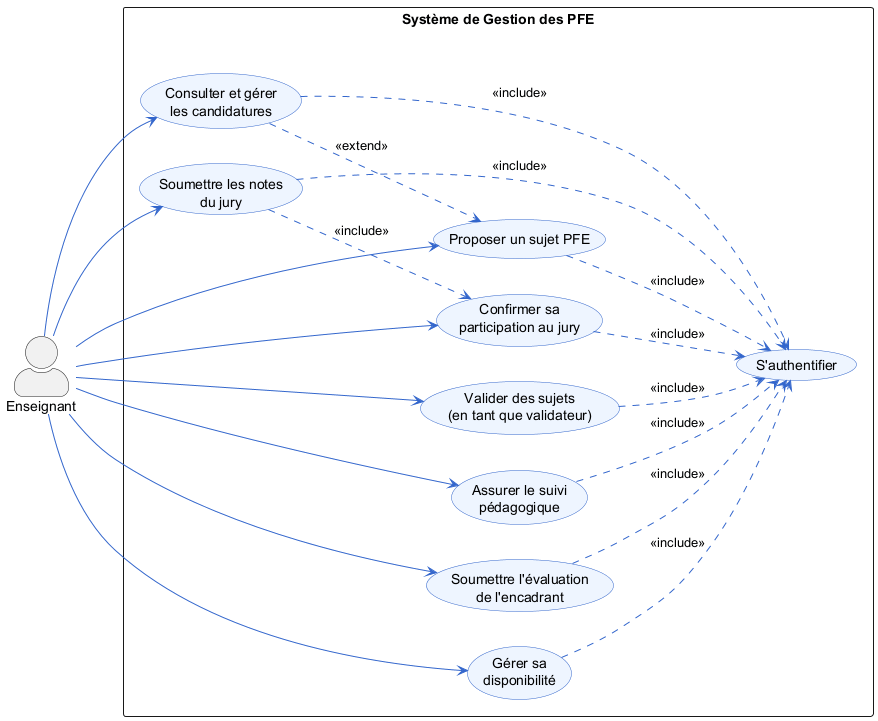
The PlantUML diagram diagrams/uc-enseignant.png in rhpo/pfe-enhanced, before a commit. Source of this version:
```plantuml
@startuml
left to right direction
skinparam actorStyle awesome
skinparam packageStyle rectangle
skinparam usecase {
  BackgroundColor #EEF5FF
  BorderColor #3366CC
  ArrowColor #3366CC
}

actor "Enseignant" as T

rectangle "Système de Gestion des PFE" {
  usecase "S'authentifier" as AUTH
  usecase "Proposer un sujet PFE" as UC1
  usecase "Valider des sujets\n(en tant que validateur)" as UC2
  usecase "Consulter et gérer\nles candidatures" as UC3
  usecase "Assurer le suivi\npédagogique" as UC4
  usecase "Soumettre l'évaluation\nde l'encadrant" as UC5
  usecase "Confirmer sa\nparticipation au jury" as UC6
  usecase "Soumettre les notes\ndu jury" as UC7
  usecase "Gérer sa\ndisponibilité" as UC8
}

T --> UC1
T --> UC2
T --> UC3
T --> UC4
T --> UC5
T --> UC6
T --> UC7
T --> UC8

UC1 ..> AUTH : <<include>>
UC2 ..> AUTH : <<include>>
UC3 ..> AUTH : <<include>>
UC4 ..> AUTH : <<include>>
UC5 ..> AUTH : <<include>>
UC6 ..> AUTH : <<include>>
UC7 ..> AUTH : <<include>>
UC8 ..> AUTH : <<include>>

UC3 ..> UC1 : <<extend>>
UC7 ..> UC6 : <<include>>
@enduml
```
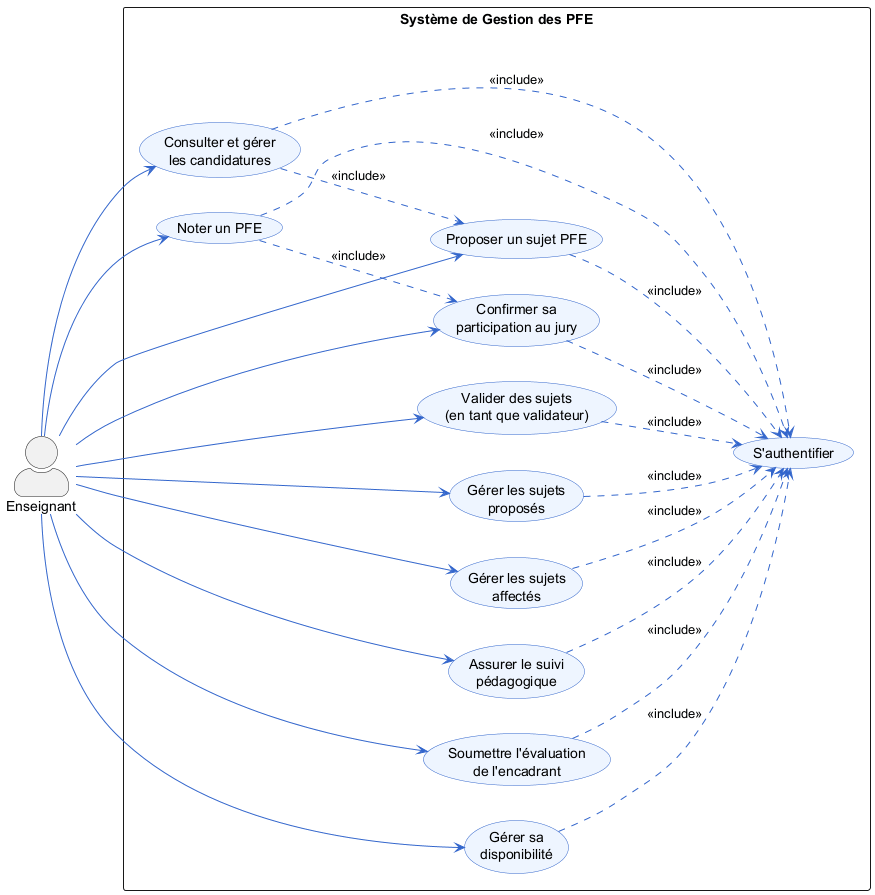
Later version of the same file.

The edit, as a diff of the source:
```diff
@@ -15,16 +15,20 @@
   usecase "Proposer un sujet PFE" as UC1
   usecase "Valider des sujets\n(en tant que validateur)" as UC2
   usecase "Consulter et gérer\nles candidatures" as UC3
+  usecase "Gérer les sujets\nproposés" as UC3B
+  usecase "Gérer les sujets\naffectés" as UC3C
   usecase "Assurer le suivi\npédagogique" as UC4
   usecase "Soumettre l'évaluation\nde l'encadrant" as UC5
   usecase "Confirmer sa\nparticipation au jury" as UC6
-  usecase "Soumettre les notes\ndu jury" as UC7
+  usecase "Noter un PFE" as UC7
   usecase "Gérer sa\ndisponibilité" as UC8
 }
 
 T --> UC1
 T --> UC2
 T --> UC3
+T --> UC3B
+T --> UC3C
 T --> UC4
 T --> UC5
 T --> UC6
@@ -34,12 +38,14 @@
 UC1 ..> AUTH : <<include>>
 UC2 ..> AUTH : <<include>>
 UC3 ..> AUTH : <<include>>
+UC3B ..> AUTH : <<include>>
+UC3C ..> AUTH : <<include>>
 UC4 ..> AUTH : <<include>>
 UC5 ..> AUTH : <<include>>
 UC6 ..> AUTH : <<include>>
 UC7 ..> AUTH : <<include>>
 UC8 ..> AUTH : <<include>>
 
-UC3 ..> UC1 : <<extend>>
+UC3 ..> UC1 : <<include>>
 UC7 ..> UC6 : <<include>>
 @enduml
```
